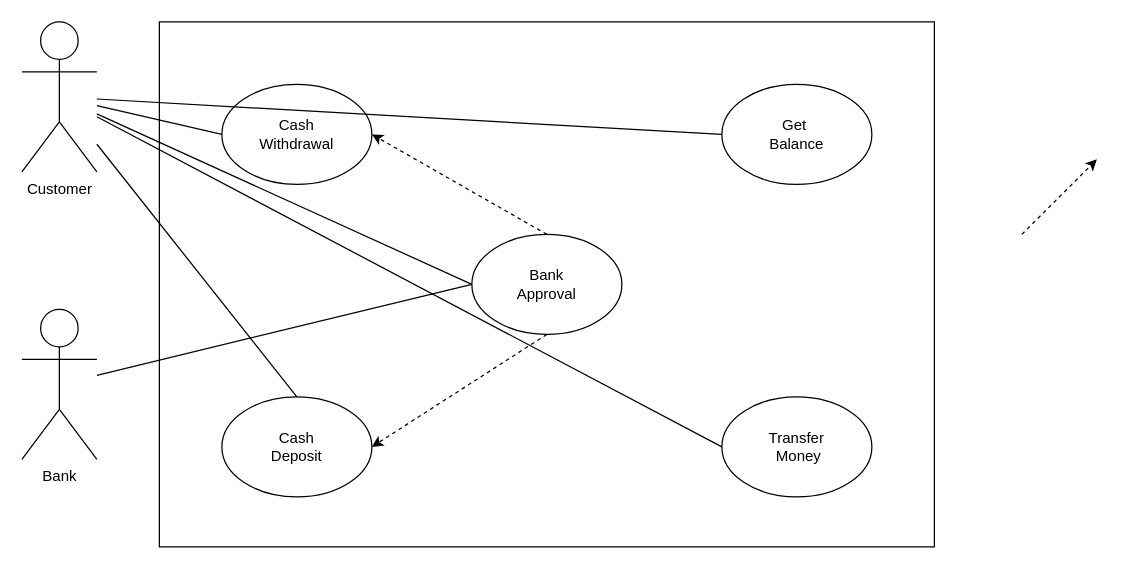
Before: CS308Diagram.drawio in Theobourne/diagramsCS308, a draw.io diagram. Source tidied: cells renumbered, new cells numbered last; positions are measured from the earlier drawing's top-left corner, leaving out a move shared by most shapes. Both pictures are drawn from the tidied source at 125%, with x=0, y=0 at pixel (21, 21).
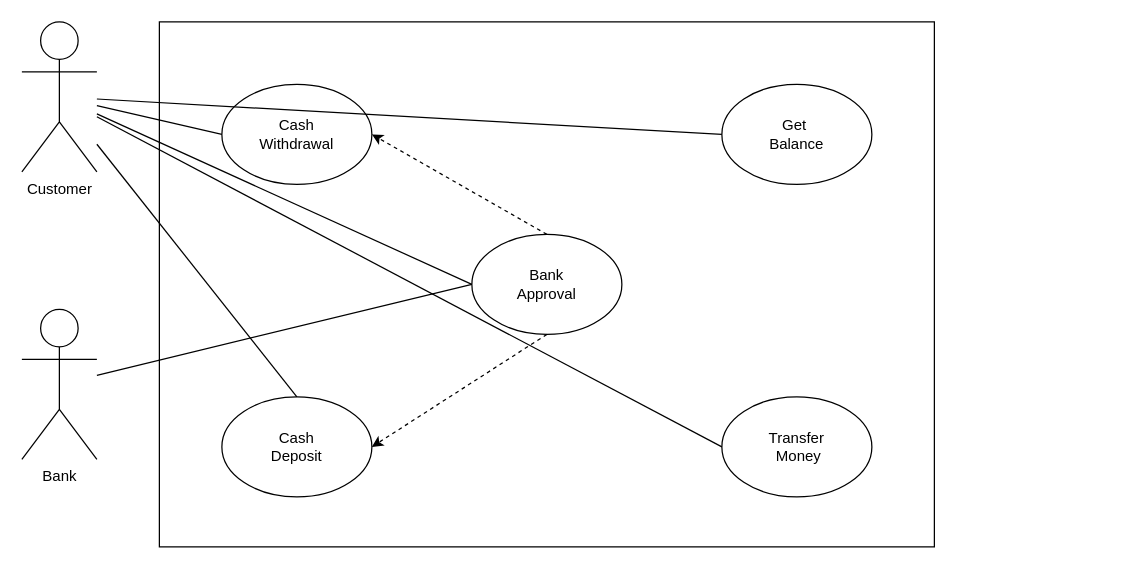
The same page after the edit.

Change to the diagram source:
```diff
@@
 <mxGraphModel>
   <root>
     <mxCell id="0" />
     <mxCell id="1" parent="0" />
     <mxCell id="2" value="Customer&lt;br&gt;" style="shape=umlActor;verticalLabelPosition=bottom;verticalAlign=top;html=1;outlineConnect=0;" parent="1" vertex="1">
       <mxGeometry width="60" height="120" as="geometry" />
     </mxCell>
     <mxCell id="3" style="rounded=0;whiteSpace=wrap;html=1;" parent="1" vertex="1">
       <mxGeometry x="110" width="620" height="420" as="geometry" />
     </mxCell>
     <mxCell id="4" value="Cash &lt;br&gt;Withdrawal" style="ellipse;whiteSpace=wrap;html=1;" parent="1" vertex="1">
       <mxGeometry x="160" y="50" width="120" height="80" as="geometry" />
     </mxCell>
     <mxCell id="5" value="Cash&lt;br&gt;Deposit" style="ellipse;whiteSpace=wrap;html=1;" parent="1" vertex="1">
       <mxGeometry x="160" y="300" width="120" height="80" as="geometry" />
     </mxCell>
     <mxCell id="6" value="Bank&lt;br&gt;Approval" style="ellipse;whiteSpace=wrap;html=1;" parent="1" vertex="1">
       <mxGeometry x="360" y="170" width="120" height="80" as="geometry" />
     </mxCell>
     <mxCell id="7" value="Bank" style="shape=umlActor;verticalLabelPosition=bottom;verticalAlign=top;html=1;outlineConnect=0;" parent="1" vertex="1">
       <mxGeometry y="230" width="60" height="120" as="geometry" />
     </mxCell>
     <mxCell id="8" style="html=1;labelBackgroundColor=#ffffff;startArrow=none;startFill=0;startSize=6;endArrow=classic;endFill=1;endSize=6;jettySize=auto;strokeWidth=1;dashed=1;fontSize=14;rounded=0;exitX=0.5;exitY=1;exitDx=0;exitDy=0;entryX=1;entryY=0.5;entryDx=0;entryDy=0;" parent="1" edge="1" source="6" target="5">
       <mxGeometry relative="1" as="geometry" />
     </mxCell>
     <mxCell id="9" style="html=1;labelBackgroundColor=#ffffff;startArrow=none;startFill=0;startSize=6;endArrow=classic;endFill=1;endSize=6;jettySize=auto;strokeWidth=1;dashed=1;fontSize=14;rounded=0;entryX=1;entryY=0.5;entryDx=0;entryDy=0;exitX=0.5;exitY=0;exitDx=0;exitDy=0;" parent="1" edge="1" source="6" target="4">
       <mxGeometry relative="1" as="geometry" />
     </mxCell>
-    <mxCell id="10" style="html=1;labelBackgroundColor=#ffffff;startArrow=none;startFill=0;startSize=6;endArrow=classic;endFill=1;endSize=6;jettySize=auto;orthogonalLoop=1;strokeWidth=1;dashed=1;fontSize=14;rounded=0;" parent="1" edge="1">
-      <mxGeometry relative="1" as="geometry">
-        <mxPoint x="800" y="170" as="sourcePoint" />
-        <mxPoint x="860" y="110" as="targetPoint" />
-      </mxGeometry>
-    </mxCell>
     <mxCell id="11" value="Transfer&lt;br&gt;&amp;nbsp;Money" style="ellipse;whiteSpace=wrap;html=1;" parent="1" vertex="1">
       <mxGeometry x="560" y="300" width="120" height="80" as="geometry" />
     </mxCell>
     <mxCell id="12" value="Get&amp;nbsp;&lt;br&gt;Balance" style="ellipse;whiteSpace=wrap;html=1;" parent="1" vertex="1">
       <mxGeometry x="560" y="50" width="120" height="80" as="geometry" />
     </mxCell>
     <mxCell id="13" style="endArrow=none;html=1;rounded=0;entryX=0;entryY=0.5;entryDx=0;entryDy=0;" parent="1" edge="1" source="7" target="6">
       <mxGeometry relative="1" as="geometry" />
     </mxCell>
     <mxCell id="14" style="endArrow=none;html=1;rounded=0;entryX=0;entryY=0.5;entryDx=0;entryDy=0;" parent="1" edge="1" source="2" target="6">
       <mxGeometry relative="1" as="geometry" />
     </mxCell>
     <mxCell id="15" style="endArrow=none;html=1;rounded=0;entryX=0.5;entryY=0;entryDx=0;entryDy=0;" parent="1" edge="1" source="2" target="5">
       <mxGeometry relative="1" as="geometry" />
     </mxCell>
     <mxCell id="16" style="endArrow=none;html=1;rounded=0;exitX=0;exitY=0.5;exitDx=0;exitDy=0;" parent="1" edge="1" source="11" target="2">
       <mxGeometry relative="1" as="geometry" />
     </mxCell>
     <mxCell id="17" style="endArrow=none;html=1;rounded=0;entryX=0;entryY=0.5;entryDx=0;entryDy=0;" parent="1" edge="1" source="2" target="4">
       <mxGeometry relative="1" as="geometry" />
     </mxCell>
     <mxCell id="18" style="endArrow=none;html=1;rounded=0;entryX=0;entryY=0.5;entryDx=0;entryDy=0;" parent="1" edge="1" source="2" target="12">
       <mxGeometry relative="1" as="geometry" />
     </mxCell>
   </root>
 </mxGraphModel>
```
